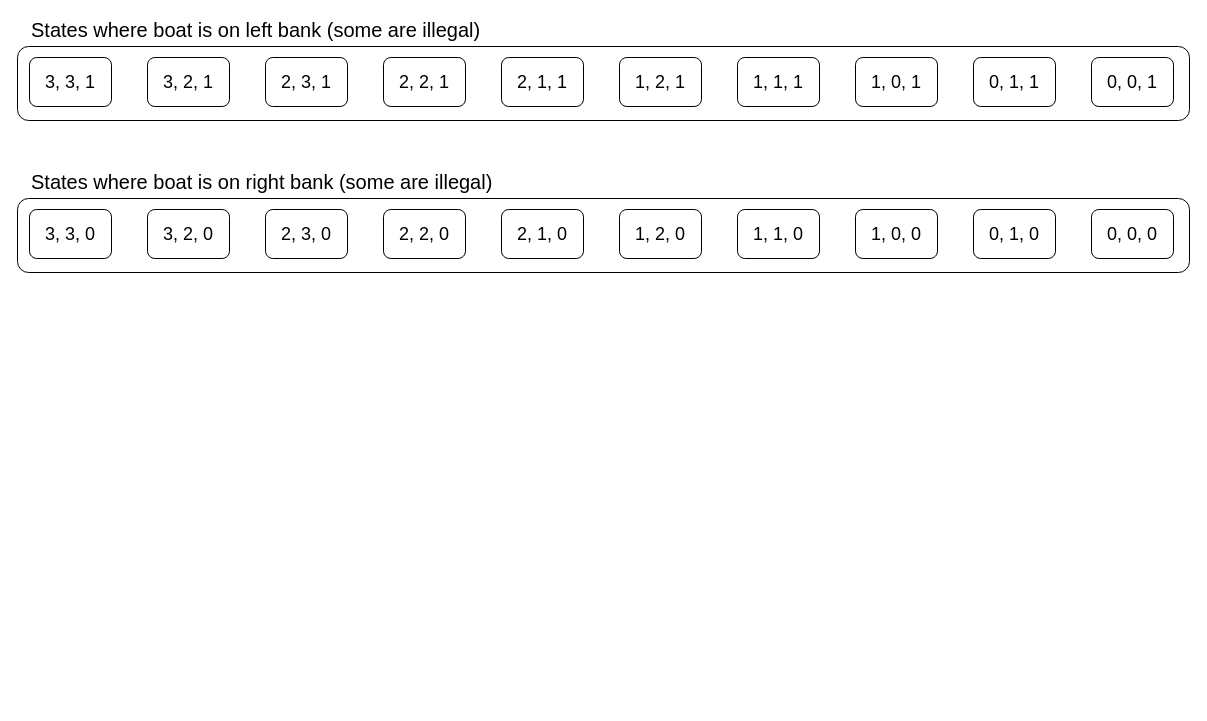
Above: page "all_vertices" (1 of 2) of ChickensAndFoxes/docs/graph_diagram.drawio in spencerbertsch1/AI (draw.io), before the change. Source tidied: cells renumbered, new cells numbered last; positions are measured from the earlier drawing's top-left corner, leaving out a move shared by most shapes. Both pictures are drawn from the tidied source at 100%, with x=0, y=0 at pixel (17, 19).
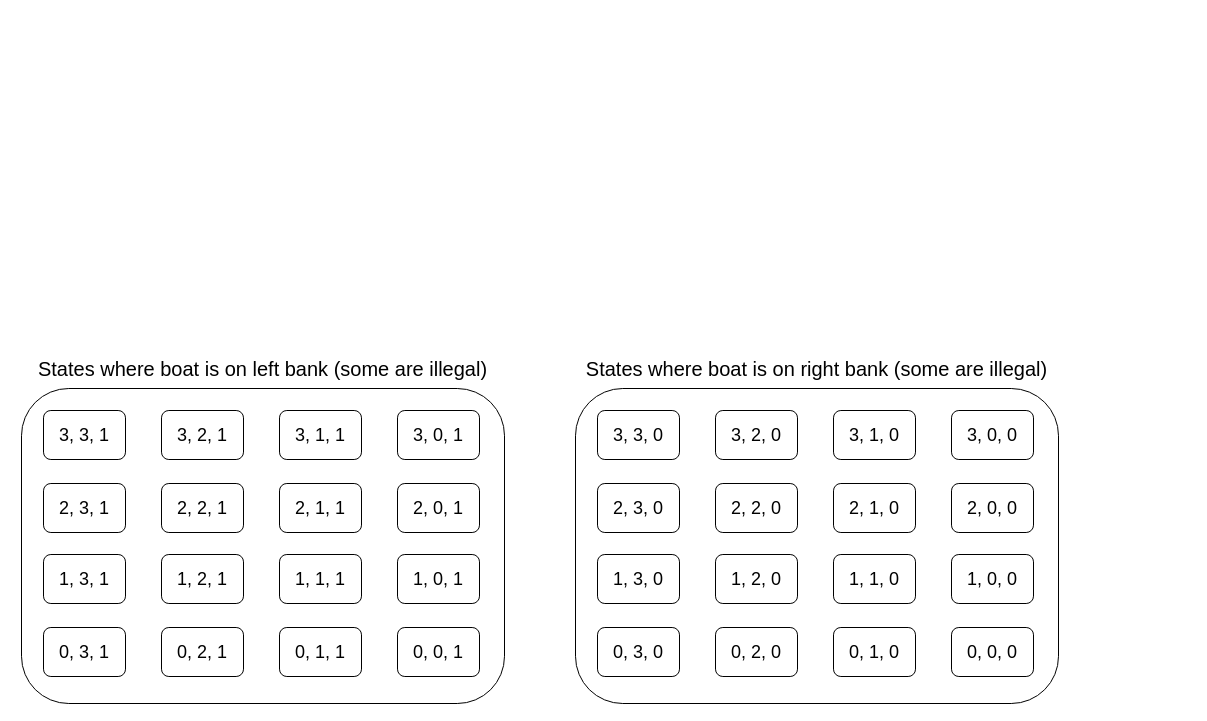
Above is the later version.

Diff of the diagram source:
```diff
@@
-    <mxCell id="2" style="rounded=1;whiteSpace=wrap;html=1;fillColor=none;" parent="1" vertex="1">
-      <mxGeometry y="179" width="1172" height="74" as="geometry" />
-    </mxCell>
+    <mxCell id="13" style="rounded=1;whiteSpace=wrap;html=1;fillColor=none;" parent="1" vertex="1">
+      <mxGeometry x="4" y="369" width="483" height="315" as="geometry" />
+    </mxCell>
     <mxCell id="3" value="&lt;font style=&quot;font-size: 18px&quot;&gt;3, 3, 1&lt;/font&gt;" style="rounded=1;whiteSpace=wrap;html=1;" parent="1" vertex="1">
-      <mxGeometry x="12" y="38" width="82" height="49" as="geometry" />
+      <mxGeometry x="26" y="391" width="82" height="49" as="geometry" />
     </mxCell>
     <mxCell id="4" value="&lt;font style=&quot;font-size: 18px&quot;&gt;3, 2, 1&lt;/font&gt;" style="rounded=1;whiteSpace=wrap;html=1;" parent="1" vertex="1">
-      <mxGeometry x="130" y="38" width="82" height="49" as="geometry" />
+      <mxGeometry x="144" y="391" width="82" height="49" as="geometry" />
     </mxCell>
-    <mxCell id="5" value="&lt;font style=&quot;font-size: 18px&quot;&gt;2, 3, 1&lt;/font&gt;" style="rounded=1;whiteSpace=wrap;html=1;" parent="1" vertex="1">
-      <mxGeometry x="248" y="38" width="82" height="49" as="geometry" />
+    <mxCell id="5" value="&lt;font style=&quot;font-size: 18px&quot;&gt;3, 1, 1&lt;/font&gt;" style="rounded=1;whiteSpace=wrap;html=1;" parent="1" vertex="1">
+      <mxGeometry x="262" y="391" width="82" height="49" as="geometry" />
     </mxCell>
-    <mxCell id="6" value="&lt;font style=&quot;font-size: 18px&quot;&gt;2, 2, 1&lt;/font&gt;" style="rounded=1;whiteSpace=wrap;html=1;" parent="1" vertex="1">
-      <mxGeometry x="366" y="38" width="82" height="49" as="geometry" />
+    <mxCell id="6" value="&lt;font style=&quot;font-size: 18px&quot;&gt;3, 0, 1&lt;/font&gt;" style="rounded=1;whiteSpace=wrap;html=1;" parent="1" vertex="1">
+      <mxGeometry x="380" y="391" width="82" height="49" as="geometry" />
     </mxCell>
+    <mxCell id="14" value="&lt;font style=&quot;font-size: 20px&quot;&gt;States where boat is on left bank (some are illegal)&lt;/font&gt;" style="text;html=1;strokeColor=none;fillColor=none;align=center;verticalAlign=middle;whiteSpace=wrap;rounded=0;" parent="1" vertex="1">
+      <mxGeometry x="2" y="339" width="487" height="20" as="geometry" />
+    </mxCell>
+    <mxCell id="26" value="&lt;font style=&quot;font-size: 18px&quot;&gt;2, 3, 1&lt;/font&gt;" style="rounded=1;whiteSpace=wrap;html=1;" parent="1" vertex="1">
+      <mxGeometry x="26" y="464" width="82" height="49" as="geometry" />
+    </mxCell>
+    <mxCell id="27" value="&lt;font style=&quot;font-size: 18px&quot;&gt;2, 2, 1&lt;/font&gt;" style="rounded=1;whiteSpace=wrap;html=1;" parent="1" vertex="1">
+      <mxGeometry x="144" y="464" width="82" height="49" as="geometry" />
+    </mxCell>
     <mxCell id="7" value="&lt;font style=&quot;font-size: 18px&quot;&gt;2, 1, 1&lt;/font&gt;" style="rounded=1;whiteSpace=wrap;html=1;" parent="1" vertex="1">
-      <mxGeometry x="484" y="38" width="82" height="49" as="geometry" />
+      <mxGeometry x="262" y="464" width="82" height="49" as="geometry" />
     </mxCell>
+    <mxCell id="28" value="&lt;font style=&quot;font-size: 18px&quot;&gt;2, 0, 1&lt;/font&gt;" style="rounded=1;whiteSpace=wrap;html=1;" parent="1" vertex="1">
+      <mxGeometry x="380" y="464" width="82" height="49" as="geometry" />
+    </mxCell>
+    <mxCell id="29" value="&lt;font style=&quot;font-size: 18px&quot;&gt;1, 3, 1&lt;/font&gt;" style="rounded=1;whiteSpace=wrap;html=1;" parent="1" vertex="1">
+      <mxGeometry x="26" y="535" width="82" height="49" as="geometry" />
+    </mxCell>
     <mxCell id="8" value="&lt;font style=&quot;font-size: 18px&quot;&gt;1, 2, 1&lt;/font&gt;" style="rounded=1;whiteSpace=wrap;html=1;" parent="1" vertex="1">
-      <mxGeometry x="602" y="38" width="82" height="49" as="geometry" />
+      <mxGeometry x="144" y="535" width="82" height="49" as="geometry" />
     </mxCell>
     <mxCell id="9" value="&lt;font style=&quot;font-size: 18px&quot;&gt;1, 1, 1&lt;/font&gt;" style="rounded=1;whiteSpace=wrap;html=1;" parent="1" vertex="1">
-      <mxGeometry x="720" y="38" width="82" height="49" as="geometry" />
+      <mxGeometry x="262" y="535" width="82" height="49" as="geometry" />
     </mxCell>
     <mxCell id="10" value="&lt;font style=&quot;font-size: 18px&quot;&gt;1, 0, 1&lt;/font&gt;" style="rounded=1;whiteSpace=wrap;html=1;" parent="1" vertex="1">
-      <mxGeometry x="838" y="38" width="82" height="49" as="geometry" />
+      <mxGeometry x="380" y="535" width="82" height="49" as="geometry" />
     </mxCell>
+    <mxCell id="30" value="&lt;font style=&quot;font-size: 18px&quot;&gt;0, 3, 1&lt;/font&gt;" style="rounded=1;whiteSpace=wrap;html=1;" parent="1" vertex="1">
+      <mxGeometry x="26" y="608" width="82" height="49" as="geometry" />
+    </mxCell>
+    <mxCell id="31" value="&lt;font style=&quot;font-size: 18px&quot;&gt;0, 2, 1&lt;/font&gt;" style="rounded=1;whiteSpace=wrap;html=1;" parent="1" vertex="1">
+      <mxGeometry x="144" y="608" width="82" height="49" as="geometry" />
+    </mxCell>
     <mxCell id="11" value="&lt;font style=&quot;font-size: 18px&quot;&gt;0, 1, 1&lt;/font&gt;" style="rounded=1;whiteSpace=wrap;html=1;" parent="1" vertex="1">
-      <mxGeometry x="956" y="38" width="82" height="49" as="geometry" />
+      <mxGeometry x="262" y="608" width="82" height="49" as="geometry" />
     </mxCell>
     <mxCell id="12" value="&lt;font style=&quot;font-size: 18px&quot;&gt;0, 0, 1&lt;/font&gt;" style="rounded=1;whiteSpace=wrap;html=1;" parent="1" vertex="1">
-      <mxGeometry x="1074" y="38" width="82" height="49" as="geometry" />
+      <mxGeometry x="380" y="608" width="82" height="49" as="geometry" />
     </mxCell>
-    <mxCell id="13" style="rounded=1;whiteSpace=wrap;html=1;fillColor=none;" parent="1" vertex="1">
-      <mxGeometry y="27" width="1172" height="74" as="geometry" />
-    </mxCell>
-    <mxCell id="14" value="&lt;font style=&quot;font-size: 20px&quot;&gt;States where boat is on left bank (some are illegal)&lt;/font&gt;" style="text;html=1;strokeColor=none;fillColor=none;align=left;verticalAlign=middle;whiteSpace=wrap;rounded=0;" parent="1" vertex="1">
-      <mxGeometry x="12" width="508" height="20" as="geometry" />
-    </mxCell>
+    <mxCell id="32" style="rounded=1;whiteSpace=wrap;html=1;fillColor=none;" parent="1" vertex="1">
+      <mxGeometry x="558" y="369" width="483" height="315" as="geometry" />
+    </mxCell>
     <mxCell id="15" value="&lt;font style=&quot;font-size: 18px&quot;&gt;3, 3, 0&lt;/font&gt;" style="rounded=1;whiteSpace=wrap;html=1;" parent="1" vertex="1">
-      <mxGeometry x="12" y="190" width="82" height="49" as="geometry" />
+      <mxGeometry x="580" y="391" width="82" height="49" as="geometry" />
     </mxCell>
     <mxCell id="16" value="&lt;font style=&quot;font-size: 18px&quot;&gt;3, 2, 0&lt;/font&gt;" style="rounded=1;whiteSpace=wrap;html=1;" parent="1" vertex="1">
-      <mxGeometry x="130" y="190" width="82" height="49" as="geometry" />
+      <mxGeometry x="698" y="391" width="82" height="49" as="geometry" />
     </mxCell>
+    <mxCell id="33" value="&lt;font style=&quot;font-size: 18px&quot;&gt;3, 1, 0&lt;/font&gt;" style="rounded=1;whiteSpace=wrap;html=1;" parent="1" vertex="1">
+      <mxGeometry x="816" y="391" width="82" height="49" as="geometry" />
+    </mxCell>
+    <mxCell id="34" value="&lt;font style=&quot;font-size: 18px&quot;&gt;3, 0, 0&lt;/font&gt;" style="rounded=1;whiteSpace=wrap;html=1;" parent="1" vertex="1">
+      <mxGeometry x="934" y="391" width="82" height="49" as="geometry" />
+    </mxCell>
+    <mxCell id="25" value="&lt;font style=&quot;font-size: 20px&quot;&gt;States where boat is on right bank (some are illegal)&lt;/font&gt;" style="text;html=1;strokeColor=none;fillColor=none;align=center;verticalAlign=middle;whiteSpace=wrap;rounded=0;" parent="1" vertex="1">
+      <mxGeometry x="556" y="339" width="487" height="20" as="geometry" />
+    </mxCell>
     <mxCell id="17" value="&lt;font style=&quot;font-size: 18px&quot;&gt;2, 3, 0&lt;/font&gt;" style="rounded=1;whiteSpace=wrap;html=1;" parent="1" vertex="1">
-      <mxGeometry x="248" y="190" width="82" height="49" as="geometry" />
+      <mxGeometry x="580" y="464" width="82" height="49" as="geometry" />
     </mxCell>
     <mxCell id="18" value="&lt;font style=&quot;font-size: 18px&quot;&gt;2, 2, 0&lt;/font&gt;" style="rounded=1;whiteSpace=wrap;html=1;" parent="1" vertex="1">
-      <mxGeometry x="366" y="190" width="82" height="49" as="geometry" />
+      <mxGeometry x="698" y="464" width="82" height="49" as="geometry" />
     </mxCell>
     <mxCell id="19" value="&lt;font style=&quot;font-size: 18px&quot;&gt;2, 1, 0&lt;/font&gt;" style="rounded=1;whiteSpace=wrap;html=1;" parent="1" vertex="1">
-      <mxGeometry x="484" y="190" width="82" height="49" as="geometry" />
+      <mxGeometry x="816" y="464" width="82" height="49" as="geometry" />
     </mxCell>
+    <mxCell id="35" value="&lt;font style=&quot;font-size: 18px&quot;&gt;2, 0, 0&lt;/font&gt;" style="rounded=1;whiteSpace=wrap;html=1;" parent="1" vertex="1">
+      <mxGeometry x="934" y="464" width="82" height="49" as="geometry" />
+    </mxCell>
+    <mxCell id="36" value="&lt;font style=&quot;font-size: 18px&quot;&gt;1, 3, 0&lt;/font&gt;" style="rounded=1;whiteSpace=wrap;html=1;" parent="1" vertex="1">
+      <mxGeometry x="580" y="535" width="82" height="49" as="geometry" />
+    </mxCell>
     <mxCell id="20" value="&lt;font style=&quot;font-size: 18px&quot;&gt;1, 2, 0&lt;/font&gt;" style="rounded=1;whiteSpace=wrap;html=1;" parent="1" vertex="1">
-      <mxGeometry x="602" y="190" width="82" height="49" as="geometry" />
+      <mxGeometry x="698" y="535" width="82" height="49" as="geometry" />
     </mxCell>
     <mxCell id="21" value="&lt;font style=&quot;font-size: 18px&quot;&gt;1, 1, 0&lt;/font&gt;" style="rounded=1;whiteSpace=wrap;html=1;" parent="1" vertex="1">
-      <mxGeometry x="720" y="190" width="82" height="49" as="geometry" />
+      <mxGeometry x="816" y="535" width="82" height="49" as="geometry" />
     </mxCell>
     <mxCell id="22" value="&lt;font style=&quot;font-size: 18px&quot;&gt;1, 0, 0&lt;/font&gt;" style="rounded=1;whiteSpace=wrap;html=1;" parent="1" vertex="1">
-      <mxGeometry x="838" y="190" width="82" height="49" as="geometry" />
+      <mxGeometry x="934" y="535" width="82" height="49" as="geometry" />
     </mxCell>
+    <mxCell id="37" value="&lt;font style=&quot;font-size: 18px&quot;&gt;0, 3, 0&lt;/font&gt;" style="rounded=1;whiteSpace=wrap;html=1;" parent="1" vertex="1">
+      <mxGeometry x="580" y="608" width="82" height="49" as="geometry" />
+    </mxCell>
+    <mxCell id="38" value="&lt;font style=&quot;font-size: 18px&quot;&gt;0, 2, 0&lt;/font&gt;" style="rounded=1;whiteSpace=wrap;html=1;" parent="1" vertex="1">
+      <mxGeometry x="698" y="608" width="82" height="49" as="geometry" />
+    </mxCell>
     <mxCell id="23" value="&lt;font style=&quot;font-size: 18px&quot;&gt;0, 1, 0&lt;/font&gt;" style="rounded=1;whiteSpace=wrap;html=1;" parent="1" vertex="1">
-      <mxGeometry x="956" y="190" width="82" height="49" as="geometry" />
+      <mxGeometry x="816" y="608" width="82" height="49" as="geometry" />
     </mxCell>
     <mxCell id="24" value="&lt;font style=&quot;font-size: 18px&quot;&gt;0, 0, 0&lt;/font&gt;" style="rounded=1;whiteSpace=wrap;html=1;" parent="1" vertex="1">
-      <mxGeometry x="1074" y="190" width="82" height="49" as="geometry" />
+      <mxGeometry x="934" y="608" width="82" height="49" as="geometry" />
     </mxCell>
-    <mxCell id="25" value="&lt;font style=&quot;font-size: 20px&quot;&gt;States where boat is on right bank (some are illegal)&lt;/font&gt;" style="text;html=1;strokeColor=none;fillColor=none;align=left;verticalAlign=middle;whiteSpace=wrap;rounded=0;" parent="1" vertex="1">
-      <mxGeometry x="12" y="152" width="520" height="20" as="geometry" />
-    </mxCell>
```
